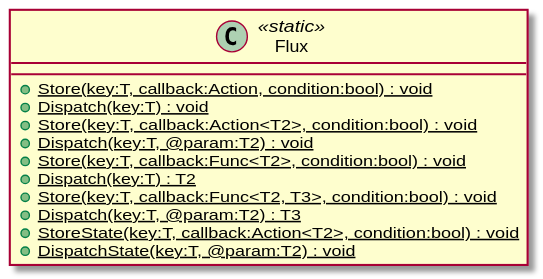
xavierarpa/UniFlux keeps this PlantUML diagram as UML~/Core/Flux.svg. Above is the earlier version.
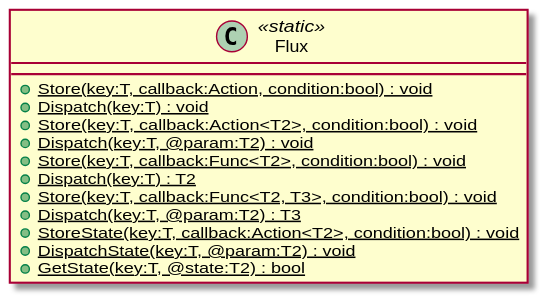
Above is the later version.

What changed in the source:
```diff
@@ -10,5 +10,6 @@
     + {static} Dispatch(key:T, @param:T2) : T3
     + {static} StoreState(key:T, callback:Action<T2>, condition:bool) : void
     + {static} DispatchState(key:T, @param:T2) : void
+    + {static} GetState(key:T, @state:T2) : bool
 }
 @enduml
```
